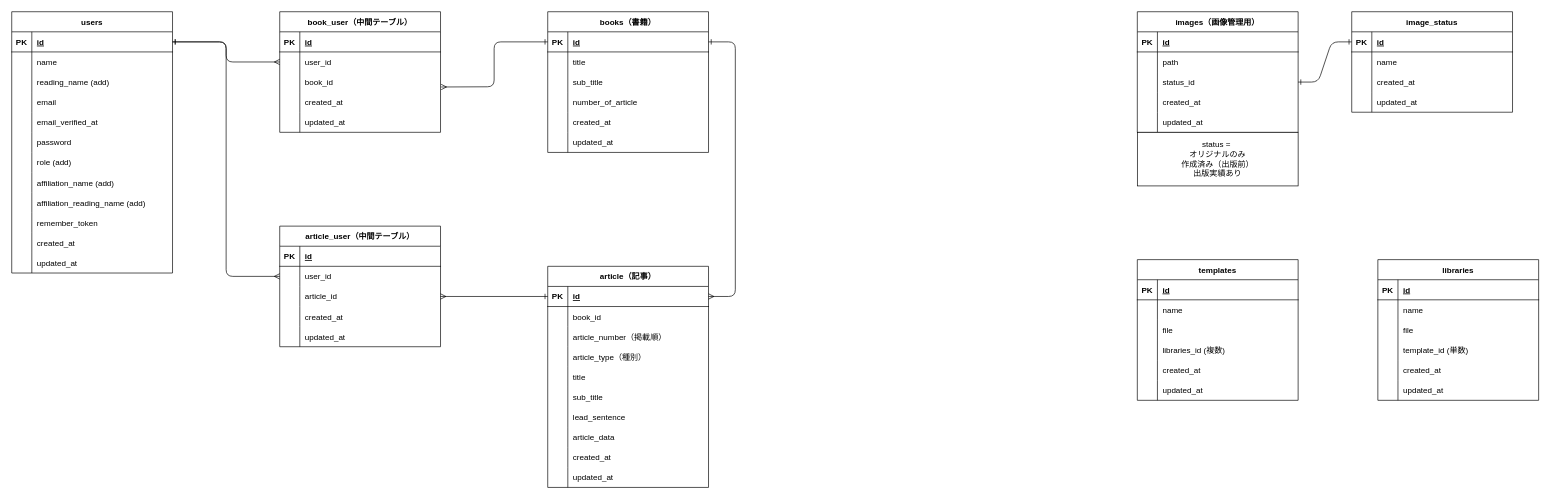
Earlier version of the draw.io diagram _documents/BookWriterDB.drawio (nishi3da/book-writer). Source tidied: cells renumbered, new cells numbered last; positions are measured from the earlier drawing's top-left corner, leaving out a move shared by most shapes. Both pictures are drawn from the tidied source at 67%, with x=0, y=0 at pixel (11, 11).
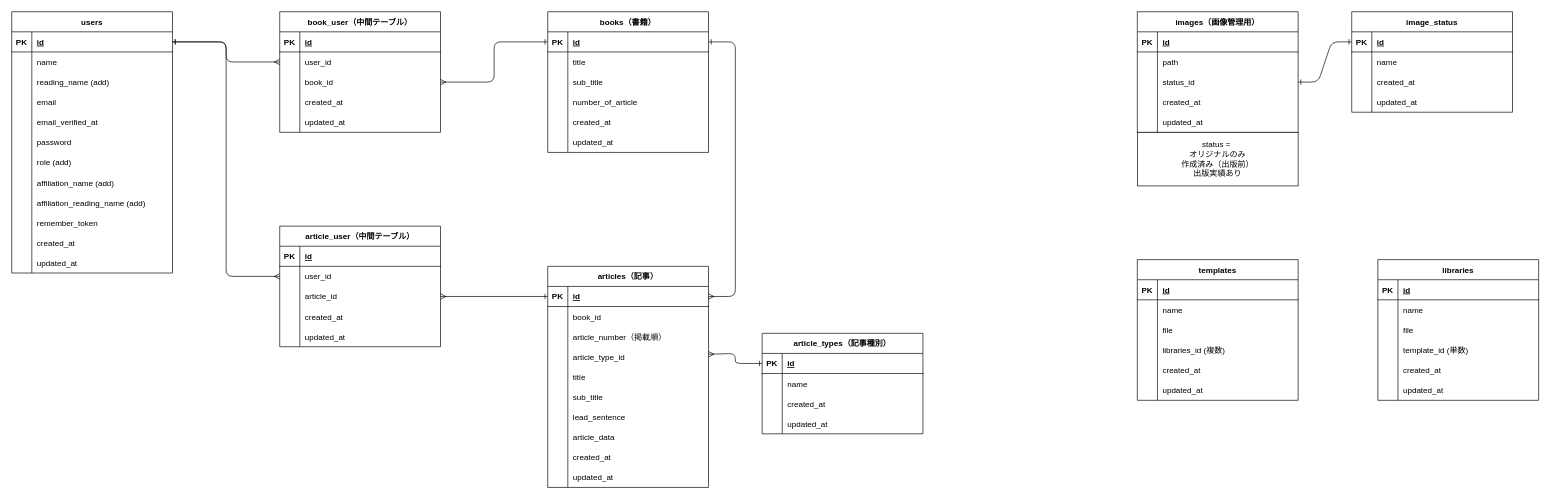
The same diagram, later.

The change refers to these unchanged cells:
```xml
<mxCell id="46" style="shape=tableRow;horizontal=0;startSize=0;swimlaneHead=0;swimlaneBody=0;fillColor=none;points=[[0,0.5],[1,0.5]];portConstraint=eastwest;top=0;left=0;right=0;bottom=0;strokeColor=default;" parent="39" vertex="1">
  <mxGeometry y="90" width="240" height="30" as="geometry" />
</mxCell>
<mxCell id="72" style="shape=tableRow;horizontal=0;startSize=0;swimlaneHead=0;swimlaneBody=0;fillColor=none;points=[[0,0.5],[1,0.5]];portConstraint=eastwest;top=0;left=0;right=0;bottom=1;strokeColor=default;" parent="71" vertex="1">
  <mxGeometry y="30" width="240" height="30" as="geometry" />
</mxCell>
<mxCell id="100" style="shape=tableRow;horizontal=0;startSize=0;swimlaneHead=0;swimlaneBody=0;fillColor=none;points=[[0,0.5],[1,0.5]];portConstraint=eastwest;top=0;left=0;right=0;bottom=0;strokeColor=default;" parent="90" vertex="1">
  <mxGeometry y="120" width="240" height="30" as="geometry" />
</mxCell>
```

Diff of the diagram source:
```diff
@@
-    <mxCell id="90" value="article（記事）" style="shape=table;startSize=30;childLayout=tableLayout;rowLines=0;fontStyle=1;align=center;strokeColor=default;" parent="1" vertex="1">
+    <mxCell id="90" value="articles（記事）" style="shape=table;startSize=30;childLayout=tableLayout;rowLines=0;fontStyle=1;align=center;strokeColor=default;" parent="1" vertex="1">
       <mxGeometry x="800" y="380" width="240" height="330" as="geometry" />
     </mxCell>
@@
-    <mxCell id="102" value="article_type（種別）" style="shape=partialRectangle;fillColor=none;top=0;left=0;bottom=0;right=0;align=left;spacingLeft=6;overflow=hidden;strokeColor=default;" parent="100" vertex="1">
+    <mxCell id="102" value="article_type_id" style="shape=partialRectangle;fillColor=none;top=0;left=0;bottom=0;right=0;align=left;spacingLeft=6;overflow=hidden;strokeColor=default;" parent="100" vertex="1">
       <mxGeometry x="30" width="210" height="30" as="geometry" />
     </mxCell>
@@
+    <mxCell id="195" value="article_types（記事種別）" style="shape=table;startSize=30;childLayout=tableLayout;rowLines=0;fontStyle=1;align=center;strokeColor=default;" parent="1" vertex="1">
+      <mxGeometry x="1120" y="480" width="240" height="150" as="geometry" />
+    </mxCell>
+    <mxCell id="196" style="shape=tableRow;horizontal=0;startSize=0;swimlaneHead=0;swimlaneBody=0;fillColor=none;points=[[0,0.5],[1,0.5]];portConstraint=eastwest;top=0;left=0;right=0;bottom=1;strokeColor=default;" parent="195" vertex="1">
+      <mxGeometry y="30" width="240" height="30" as="geometry" />
+    </mxCell>
+    <mxCell id="197" value="PK" style="shape=partialRectangle;fillColor=none;top=0;left=0;bottom=0;right=0;fontStyle=1;overflow=hidden;strokeColor=default;" parent="196" vertex="1">
+      <mxGeometry width="30" height="30" as="geometry" />
+    </mxCell>
+    <mxCell id="198" value="id" style="shape=partialRectangle;fillColor=none;top=0;left=0;bottom=0;right=0;align=left;spacingLeft=6;fontStyle=5;overflow=hidden;strokeColor=default;" parent="196" vertex="1">
+      <mxGeometry x="30" width="210" height="30" as="geometry" />
+    </mxCell>
+    <mxCell id="199" style="shape=tableRow;horizontal=0;startSize=0;swimlaneHead=0;swimlaneBody=0;fillColor=none;top=0;left=0;right=0;bottom=0;strokeColor=default;" parent="195" vertex="1">
+      <mxGeometry y="60" width="240" height="30" as="geometry" />
+    </mxCell>
+    <mxCell id="200" style="shape=partialRectangle;fillColor=none;top=0;left=0;bottom=0;right=0;overflow=hidden;strokeColor=default;" parent="199" vertex="1">
+      <mxGeometry width="30" height="30" as="geometry" />
+    </mxCell>
+    <mxCell id="201" value="name" style="shape=partialRectangle;fillColor=none;top=0;left=0;bottom=0;right=0;align=left;spacingLeft=6;overflow=hidden;strokeColor=default;" parent="199" vertex="1">
+      <mxGeometry x="30" width="210" height="30" as="geometry" />
+    </mxCell>
+    <mxCell id="202" style="shape=tableRow;horizontal=0;startSize=0;swimlaneHead=0;swimlaneBody=0;fillColor=none;top=0;left=0;right=0;bottom=0;strokeColor=default;" parent="195" vertex="1">
+      <mxGeometry y="90" width="240" height="30" as="geometry" />
+    </mxCell>
+    <mxCell id="203" style="shape=partialRectangle;fillColor=none;top=0;left=0;bottom=0;right=0;overflow=hidden;strokeColor=default;" parent="202" vertex="1">
+      <mxGeometry width="30" height="30" as="geometry" />
+    </mxCell>
+    <mxCell id="204" value="created_at" style="shape=partialRectangle;fillColor=none;top=0;left=0;bottom=0;right=0;align=left;spacingLeft=6;overflow=hidden;strokeColor=default;" parent="202" vertex="1">
+      <mxGeometry x="30" width="210" height="30" as="geometry" />
+    </mxCell>
+    <mxCell id="205" style="shape=tableRow;horizontal=0;startSize=0;swimlaneHead=0;swimlaneBody=0;fillColor=none;top=0;left=0;right=0;bottom=0;strokeColor=default;" parent="195" vertex="1">
+      <mxGeometry y="120" width="240" height="30" as="geometry" />
+    </mxCell>
+    <mxCell id="206" style="shape=partialRectangle;fillColor=none;top=0;left=0;bottom=0;right=0;overflow=hidden;strokeColor=default;" parent="205" vertex="1">
+      <mxGeometry width="30" height="30" as="geometry" />
+    </mxCell>
+    <mxCell id="207" value="updated_at" style="shape=partialRectangle;fillColor=none;top=0;left=0;bottom=0;right=0;align=left;spacingLeft=6;overflow=hidden;strokeColor=default;" parent="205" vertex="1">
+      <mxGeometry x="30" width="210" height="30" as="geometry" />
+    </mxCell>
@@
-    <mxCell id="192" style="endArrow=ERmany;startArrow=ERone;html=1;exitX=0;exitY=0.5;exitDx=0;exitDy=0;entryX=1.004;entryY=0.745;entryDx=0;entryDy=0;endFill=0;startFill=0;entryPerimeter=0;" parent="1" edge="1" source="72" target="46">
+    <mxCell id="192" style="endArrow=ERmany;startArrow=ERone;html=1;exitX=0;exitY=0.5;exitDx=0;exitDy=0;endFill=0;startFill=0;entryX=1;entryY=0.5;entryDx=0;entryDy=0;" parent="1" edge="1" source="72" target="46">
       <mxGeometry relative="1" as="geometry">
         <Array as="points">
           <mxPoint x="720" y="45" />
-          <mxPoint x="720" y="112" />
+          <mxPoint x="720" y="105" />
         </Array>
       </mxGeometry>
     </mxCell>
@@
+    <mxCell id="208" style="endArrow=ERone;startArrow=ERmany;html=1;entryX=0;entryY=0.5;entryDx=0;entryDy=0;endFill=0;startFill=0;" parent="1" edge="1" source="100" target="196">
+      <mxGeometry relative="1" as="geometry">
+        <Array as="points">
+          <mxPoint x="1080" y="510" />
+          <mxPoint x="1080" y="525" />
+        </Array>
+      </mxGeometry>
+    </mxCell>
```
